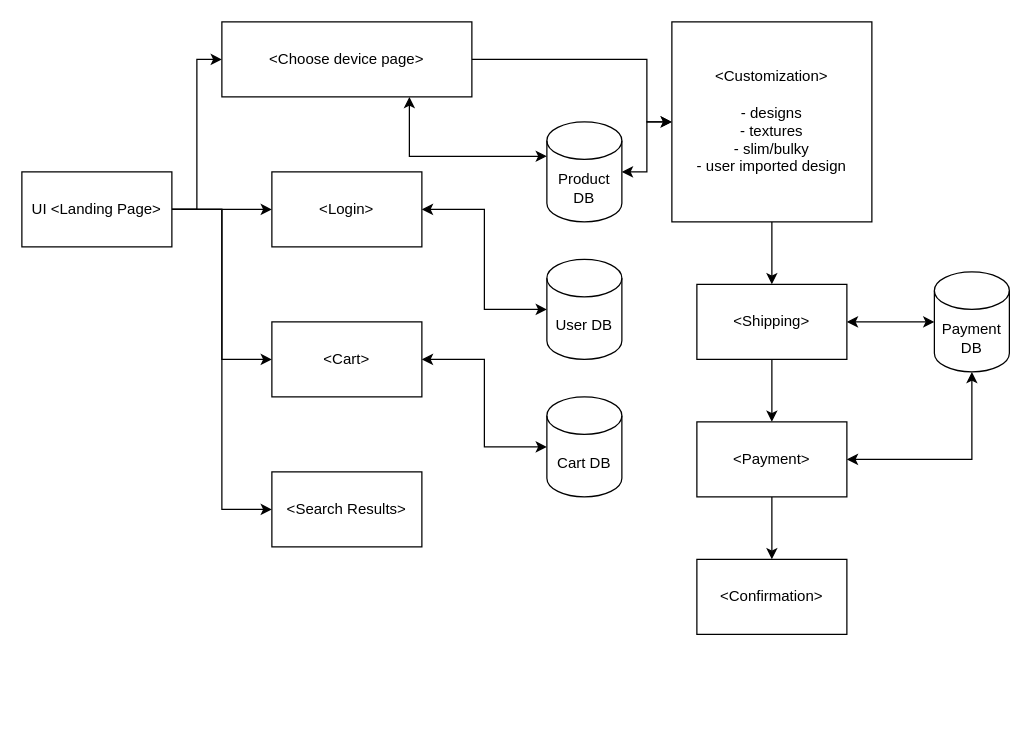
The draw.io diagram SWA Diagram.drawio in MDamiRight/decalProject250, before the edit. Source tidied: cells renumbered, new cells numbered last; positions are measured from the earlier drawing's top-left corner, leaving out a move shared by most shapes. Both pictures are drawn from the tidied source at 125%, with x=0, y=0 at pixel (21, 21).
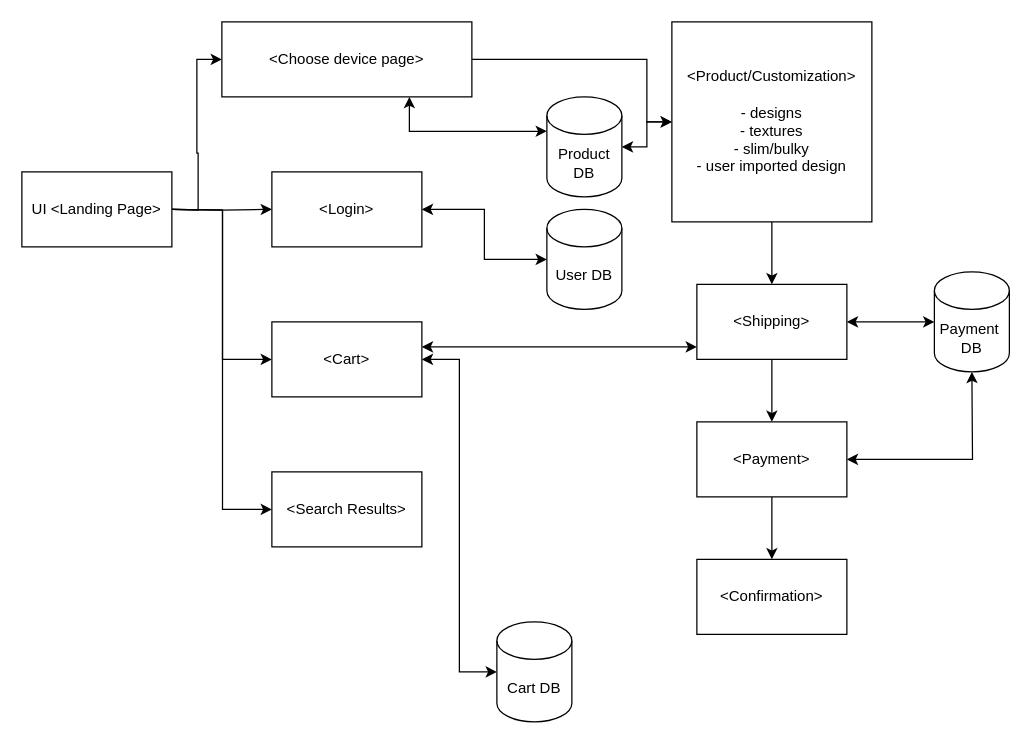
The same diagram, later.

The change refers to these unchanged cells:
```xml
<mxCell id="6" value="UI &amp;lt;Landing Page&amp;gt;" style="rounded=0;whiteSpace=wrap;html=1;" parent="1" vertex="1">
  <mxGeometry y="120" width="120" height="60" as="geometry" />
</mxCell>
<mxCell id="8" value="&amp;lt;Choose device page&amp;gt;" style="rounded=0;whiteSpace=wrap;html=1;" parent="1" vertex="1">
  <mxGeometry x="160" width="200" height="60" as="geometry" />
</mxCell>
<mxCell id="9" value="&amp;lt;Login&amp;gt;" style="rounded=0;whiteSpace=wrap;html=1;" parent="1" vertex="1">
  <mxGeometry x="200" y="120" width="120" height="60" as="geometry" />
</mxCell>
<mxCell id="10" value="&amp;lt;Cart&amp;gt;" style="rounded=0;whiteSpace=wrap;html=1;" parent="1" vertex="1">
  <mxGeometry x="200" y="240" width="120" height="60" as="geometry" />
</mxCell>
<mxCell id="21" value="&amp;lt;Shipping&amp;gt;" style="rounded=0;whiteSpace=wrap;html=1;" parent="1" vertex="1">
  <mxGeometry x="540" y="210" width="120" height="60" as="geometry" />
</mxCell>
<mxCell id="23" value="&amp;lt;Payment&amp;gt;" style="rounded=0;whiteSpace=wrap;html=1;" parent="1" vertex="1">
  <mxGeometry x="540" y="320" width="120" height="60" as="geometry" />
</mxCell>
<mxCell id="25" value="&amp;lt;Search Results&amp;gt;" style="rounded=0;whiteSpace=wrap;html=1;" parent="1" vertex="1">
  <mxGeometry x="200" y="360" width="120" height="60" as="geometry" />
</mxCell>
```

The edit, as a diff of the source:
```diff
@@
-    <mxCell id="2" style="edgeStyle=orthogonalEdgeStyle;rounded=0;jettySize=auto;html=1;exitX=1;exitY=0.5;exitDx=0;exitDy=0;entryX=0;entryY=0.5;entryDx=0;entryDy=0;" parent="1" edge="1" source="6" target="8">
-      <mxGeometry relative="1" as="geometry" />
-    </mxCell>
-    <mxCell id="3" style="edgeStyle=orthogonalEdgeStyle;rounded=0;jettySize=auto;html=1;exitX=1;exitY=0.5;exitDx=0;exitDy=0;entryX=0;entryY=0.5;entryDx=0;entryDy=0;" parent="1" edge="1" source="6" target="9">
-      <mxGeometry relative="1" as="geometry" />
-    </mxCell>
-    <mxCell id="4" style="edgeStyle=orthogonalEdgeStyle;rounded=0;jettySize=auto;html=1;exitX=1;exitY=0.5;exitDx=0;exitDy=0;entryX=0;entryY=0.5;entryDx=0;entryDy=0;" parent="1" edge="1" source="6" target="10">
-      <mxGeometry relative="1" as="geometry" />
-    </mxCell>
-    <mxCell id="5" style="edgeStyle=orthogonalEdgeStyle;rounded=0;jettySize=auto;html=1;exitX=1;exitY=0.5;exitDx=0;exitDy=0;entryX=0;entryY=0.5;entryDx=0;entryDy=0;" parent="1" edge="1" source="6" target="25">
-      <mxGeometry relative="1" as="geometry" />
-    </mxCell>
+    <mxCell id="29" style="edgeStyle=orthogonalEdgeStyle;rounded=0;jettySize=auto;html=1;exitX=1;exitY=0.5;exitDx=0;exitDy=0;entryX=0;entryY=0.5;entryDx=0;entryDy=0;" parent="1" edge="1" target="8">
+      <mxGeometry relative="1" as="geometry">
+        <mxPoint x="120" y="150" as="sourcePoint" />
+      </mxGeometry>
+    </mxCell>
+    <mxCell id="30" style="edgeStyle=orthogonalEdgeStyle;rounded=0;jettySize=auto;html=1;exitX=1;exitY=0.5;exitDx=0;exitDy=0;entryX=0;entryY=0.5;entryDx=0;entryDy=0;" parent="1" edge="1" target="9">
+      <mxGeometry relative="1" as="geometry">
+        <mxPoint x="120" y="150" as="sourcePoint" />
+      </mxGeometry>
+    </mxCell>
+    <mxCell id="31" style="edgeStyle=orthogonalEdgeStyle;rounded=0;jettySize=auto;html=1;exitX=1;exitY=0.5;exitDx=0;exitDy=0;entryX=0;entryY=0.5;entryDx=0;entryDy=0;" parent="1" edge="1" target="10">
+      <mxGeometry relative="1" as="geometry">
+        <mxPoint x="120" y="150" as="sourcePoint" />
+      </mxGeometry>
+    </mxCell>
+    <mxCell id="32" style="edgeStyle=orthogonalEdgeStyle;rounded=0;jettySize=auto;html=1;exitX=1;exitY=0.5;exitDx=0;exitDy=0;entryX=0;entryY=0.5;entryDx=0;entryDy=0;" parent="1" edge="1" target="25">
+      <mxGeometry relative="1" as="geometry">
+        <mxPoint x="120" y="150" as="sourcePoint" />
+      </mxGeometry>
+    </mxCell>
@@
-    <mxCell id="7" style="edgeStyle=orthogonalEdgeStyle;rounded=0;jettySize=auto;html=1;exitX=1;exitY=0.5;exitDx=0;exitDy=0;entryX=0;entryY=0.5;entryDx=0;entryDy=0;" parent="1" edge="1" source="8" target="19">
-      <mxGeometry relative="1" as="geometry">
-        <Array as="points">
-          <mxPoint x="500" y="30" />
-          <mxPoint x="500" y="80" />
-        </Array>
-      </mxGeometry>
-    </mxCell>
+    <mxCell id="33" style="edgeStyle=orthogonalEdgeStyle;rounded=0;jettySize=auto;html=1;exitX=1;exitY=0.5;exitDx=0;exitDy=0;entryX=0;entryY=0.5;entryDx=0;entryDy=0;" parent="1" edge="1" source="8" target="36">
+      <mxGeometry relative="1" as="geometry">
+        <Array as="points">
+          <mxPoint x="500" y="30" />
+          <mxPoint x="500" y="80" />
+        </Array>
+      </mxGeometry>
+    </mxCell>
@@
-    <mxCell id="12" style="edgeStyle=orthogonalEdgeStyle;rounded=0;jettySize=auto;html=1;exitX=1;exitY=0.5;exitDx=0;exitDy=0;exitPerimeter=0;entryX=0;entryY=0.5;entryDx=0;entryDy=0;startArrow=classic;startFill=1;" parent="1" edge="1" source="13" target="19">
-      <mxGeometry relative="1" as="geometry" />
-    </mxCell>
+    <mxCell id="34" style="edgeStyle=orthogonalEdgeStyle;rounded=0;jettySize=auto;html=1;exitX=1;exitY=0.5;exitDx=0;exitDy=0;exitPerimeter=0;entryX=0;entryY=0.5;entryDx=0;entryDy=0;startArrow=classic;startFill=1;" parent="1" edge="1" source="13" target="36">
+      <mxGeometry relative="1" as="geometry" />
+    </mxCell>
     <mxCell id="13" value="Product DB" style="shape=cylinder3;whiteSpace=wrap;html=1;boundedLbl=1;backgroundOutline=1;size=15;" parent="1" vertex="1">
-      <mxGeometry x="420" y="80" width="60" height="80" as="geometry" />
+      <mxGeometry x="420" y="60" width="60" height="80" as="geometry" />
     </mxCell>
@@
     <mxCell id="15" value="User DB" style="shape=cylinder3;whiteSpace=wrap;html=1;boundedLbl=1;backgroundOutline=1;size=15;" parent="1" vertex="1">
-      <mxGeometry x="420" y="190" width="60" height="80" as="geometry" />
+      <mxGeometry x="420" y="150" width="60" height="80" as="geometry" />
     </mxCell>
@@
     <mxCell id="17" value="Cart DB" style="shape=cylinder3;whiteSpace=wrap;html=1;boundedLbl=1;backgroundOutline=1;size=15;" parent="1" vertex="1">
-      <mxGeometry x="420" y="300" width="60" height="80" as="geometry" />
+      <mxGeometry x="380" y="480" width="60" height="80" as="geometry" />
     </mxCell>
-    <mxCell id="18" style="edgeStyle=orthogonalEdgeStyle;rounded=0;jettySize=auto;html=1;exitX=0.5;exitY=1;exitDx=0;exitDy=0;" parent="1" edge="1" source="19" target="21">
-      <mxGeometry relative="1" as="geometry" />
-    </mxCell>
-    <mxCell id="19" value="&amp;lt;Customization&amp;gt;&lt;br&gt;&lt;br&gt;- designs&lt;br&gt;- textures&lt;br&gt;- slim/bulky&lt;br&gt;- user imported design" style="whiteSpace=wrap;html=1;" parent="1" vertex="1">
-      <mxGeometry x="520" width="160" height="160" as="geometry" />
-    </mxCell>
+    <mxCell id="35" style="edgeStyle=orthogonalEdgeStyle;rounded=0;jettySize=auto;html=1;exitX=0.5;exitY=1;exitDx=0;exitDy=0;" parent="1" edge="1" source="36" target="21">
+      <mxGeometry relative="1" as="geometry" />
+    </mxCell>
+    <mxCell id="36" value="&amp;lt;Product/Customization&amp;gt;&lt;br&gt;&lt;br&gt;- designs&lt;br&gt;- textures&lt;br&gt;- slim/bulky&lt;br&gt;- user imported design" style="whiteSpace=wrap;html=1;" parent="1" vertex="1">
+      <mxGeometry x="520" width="160" height="160" as="geometry" />
+    </mxCell>
@@
+    <mxCell id="37" style="edgeStyle=orthogonalEdgeStyle;rounded=0;jettySize=auto;html=1;exitX=1;exitY=0.5;exitDx=0;exitDy=0;entryX=0.5;entryY=1;entryDx=0;entryDy=0;entryPerimeter=0;startArrow=classic;startFill=1;" parent="1" edge="1" source="23">
+      <mxGeometry relative="1" as="geometry">
+        <mxPoint x="760" y="280" as="targetPoint" />
+      </mxGeometry>
+    </mxCell>
+    <mxCell id="38" style="edgeStyle=orthogonalEdgeStyle;rounded=0;jettySize=auto;html=1;exitX=1;exitY=0.5;exitDx=0;exitDy=0;entryX=0;entryY=0.5;entryDx=0;entryDy=0;entryPerimeter=0;startArrow=classic;startFill=1;" parent="1" edge="1" source="21">
+      <mxGeometry relative="1" as="geometry">
+        <mxPoint x="730" y="240" as="targetPoint" />
+      </mxGeometry>
+    </mxCell>
+    <mxCell id="39" style="endArrow=classic;startArrow=classic;html=1;rounded=0;" parent="1" edge="1">
+      <mxGeometry relative="1" as="geometry">
+        <mxPoint x="320" y="260" as="sourcePoint" />
+        <mxPoint x="540" y="260" as="targetPoint" />
+      </mxGeometry>
+    </mxCell>
-    <mxCell id="26" value="Payment DB" style="shape=cylinder3;whiteSpace=wrap;html=1;boundedLbl=1;backgroundOutline=1;size=15;" parent="1" vertex="1">
+    <mxCell id="26" value="Payment&amp;nbsp;&lt;br&gt;DB" style="shape=cylinder3;whiteSpace=wrap;html=1;boundedLbl=1;backgroundOutline=1;size=15;" parent="1" vertex="1">
       <mxGeometry x="730" y="200" width="60" height="80" as="geometry" />
     </mxCell>
-    <mxCell id="27" style="edgeStyle=orthogonalEdgeStyle;rounded=0;jettySize=auto;html=1;exitX=1;exitY=0.5;exitDx=0;exitDy=0;entryX=0.5;entryY=1;entryDx=0;entryDy=0;entryPerimeter=0;startArrow=classic;startFill=1;" parent="1" edge="1" source="23" target="26">
-      <mxGeometry relative="1" as="geometry" />
-    </mxCell>
-    <mxCell id="28" style="edgeStyle=orthogonalEdgeStyle;rounded=0;jettySize=auto;html=1;exitX=1;exitY=0.5;exitDx=0;exitDy=0;entryX=0;entryY=0.5;entryDx=0;entryDy=0;entryPerimeter=0;startArrow=classic;startFill=1;" parent="1" edge="1" source="21" target="26">
-      <mxGeometry relative="1" as="geometry" />
-    </mxCell>
```
